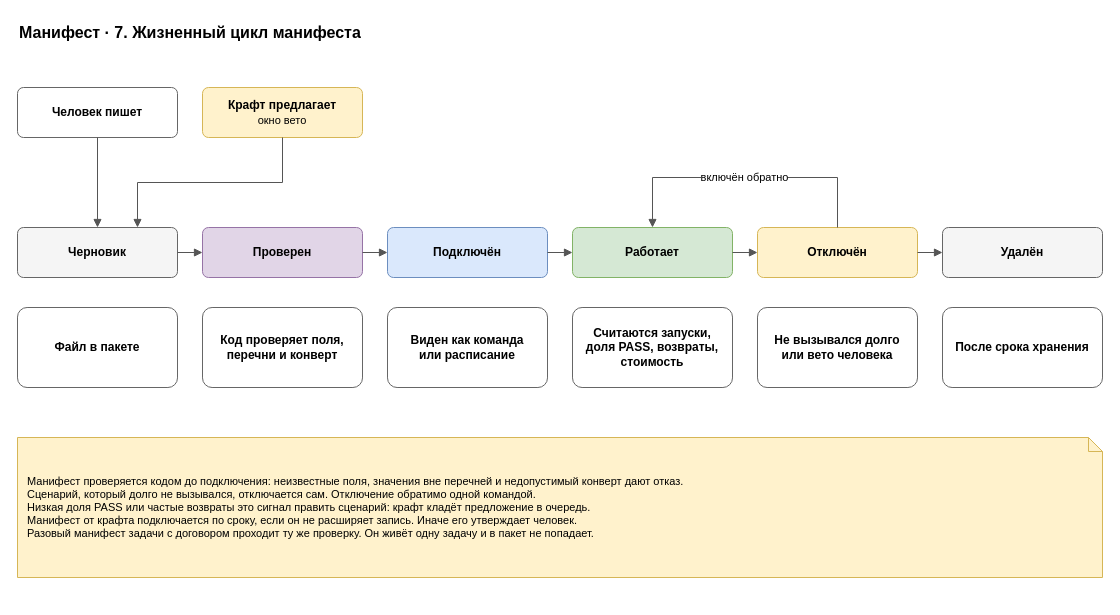
roygkov/reins keeps this draw.io diagram as page "7. Жизненный цикл" (7 of 7) of docs/spec/harness-manifest.drawio. Above is the earlier version. Source tidied: cells renumbered, new cells numbered last; positions are measured from the earlier drawing's top-left corner, leaving out a move shared by most shapes. Both pictures are drawn from the tidied source at 100%, with x=0, y=0 at pixel (17, 17).
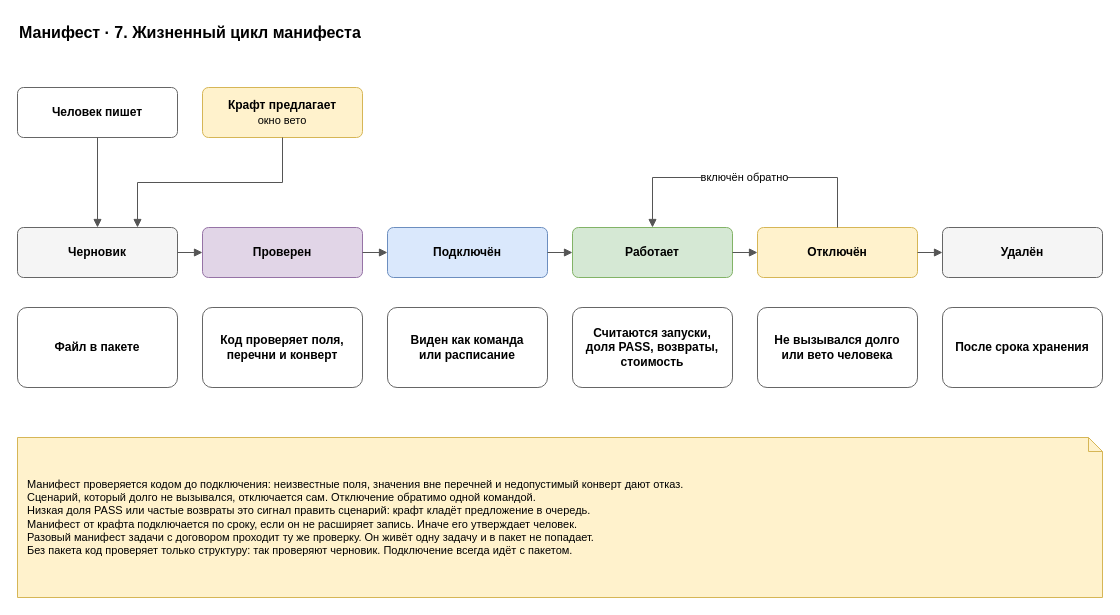
After the change.

The edit, as a diff of the source:
```diff
@@
-    <mxCell id="25" value="Манифест проверяется кодом до подключения: неизвестные поля, значения вне перечней и недопустимый конверт дают отказ.&lt;br&gt;Сценарий, который долго не вызывался, отключается сам. Отключение обратимо одной командой.&lt;br&gt;Низкая доля PASS или частые возвраты это сигнал править сценарий: крафт кладёт предложение в очередь.&lt;br&gt;Манифест от крафта подключается по сроку, если он не расширяет запись. Иначе его утверждает человек.&lt;br&gt;Разовый манифест задачи с договором проходит ту же проверку. Он живёт одну задачу и в пакет не попадает." style="shape=note;whiteSpace=wrap;html=1;backgroundOutline=1;size=14;fillColor=#fff2cc;strokeColor=#d6b656;align=left;spacingLeft=8;spacingRight=8;fontSize=11;" parent="1" vertex="1">
-      <mxGeometry y="420" width="1085" height="140" as="geometry" />
+    <mxCell id="25" value="Манифест проверяется кодом до подключения: неизвестные поля, значения вне перечней и недопустимый конверт дают отказ.&lt;br&gt;Сценарий, который долго не вызывался, отключается сам. Отключение обратимо одной командой.&lt;br&gt;Низкая доля PASS или частые возвраты это сигнал править сценарий: крафт кладёт предложение в очередь.&lt;br&gt;Манифест от крафта подключается по сроку, если он не расширяет запись. Иначе его утверждает человек.&lt;br&gt;Разовый манифест задачи с договором проходит ту же проверку. Он живёт одну задачу и в пакет не попадает.&lt;br&gt;Без пакета код проверяет только структуру: так проверяют черновик. Подключение всегда идёт с пакетом." style="shape=note;whiteSpace=wrap;html=1;backgroundOutline=1;size=14;fillColor=#fff2cc;strokeColor=#d6b656;align=left;spacingLeft=8;spacingRight=8;fontSize=11;" parent="1" vertex="1">
+      <mxGeometry y="420" width="1085" height="160" as="geometry" />
     </mxCell>
```
